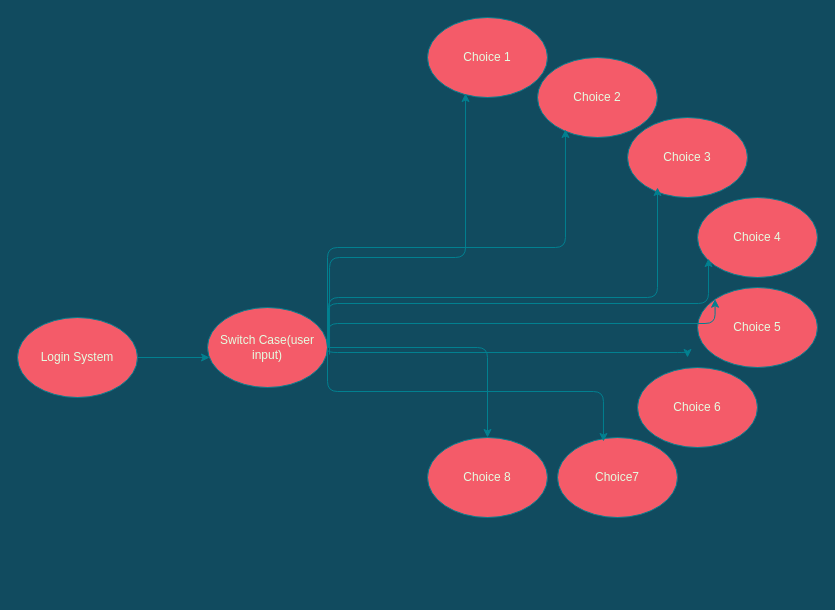
Before: 2_Architecture/Untitled Diagram.drawio in ranveer17/Stepin_Arambh, a draw.io diagram. Source tidied: cells renumbered, new cells numbered last; positions are measured from the earlier drawing's top-left corner, leaving out a move shared by most shapes. Both pictures are drawn from the tidied source at 100%, with x=0, y=0 at pixel (17, 17).
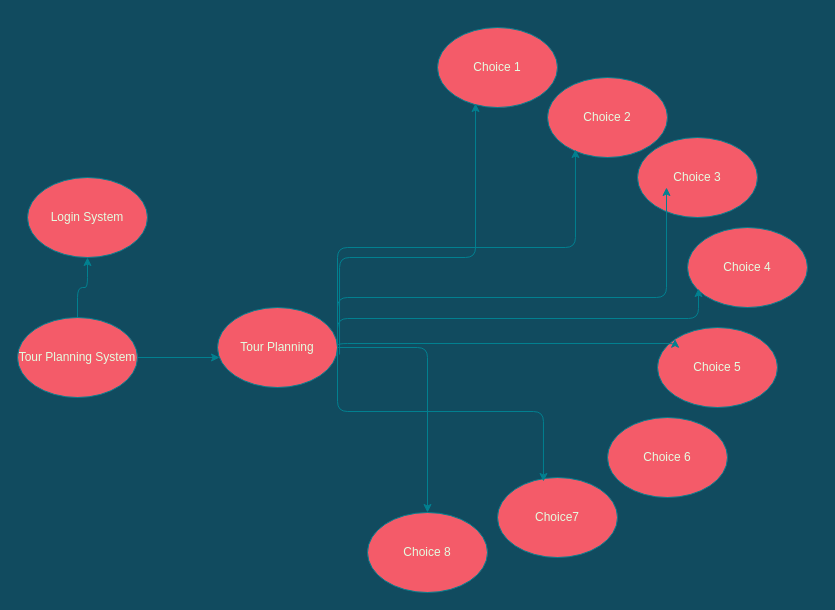
The same page after the edit.

What changed in the source:
```diff
@@
     <mxCell id="2" value="&lt;span&gt;Choice 8&lt;/span&gt;" style="ellipse;whiteSpace=wrap;html=1;fillColor=#F45B69;strokeColor=#028090;fontColor=#E4FDE1;" parent="1" vertex="1">
-      <mxGeometry x="410" y="420" width="120" height="80" as="geometry" />
+      <mxGeometry x="350" y="495" width="120" height="80" as="geometry" />
     </mxCell>
     <mxCell id="3" value="&lt;span&gt;Choice 3&lt;/span&gt;" style="ellipse;whiteSpace=wrap;html=1;fillColor=#F45B69;strokeColor=#028090;fontColor=#E4FDE1;" parent="1" vertex="1">
-      <mxGeometry x="610" y="100" width="120" height="80" as="geometry" />
+      <mxGeometry x="620" y="120" width="120" height="80" as="geometry" />
     </mxCell>
     <mxCell id="4" value="Choice7" style="ellipse;whiteSpace=wrap;html=1;fillColor=#F45B69;strokeColor=#028090;fontColor=#E4FDE1;" parent="1" vertex="1">
-      <mxGeometry x="540" y="420" width="120" height="80" as="geometry" />
+      <mxGeometry x="480" y="460" width="120" height="80" as="geometry" />
     </mxCell>
     <mxCell id="5" value="Choice 6" style="ellipse;whiteSpace=wrap;html=1;fillColor=#F45B69;strokeColor=#028090;fontColor=#E4FDE1;" parent="1" vertex="1">
-      <mxGeometry x="620" y="350" width="120" height="80" as="geometry" />
+      <mxGeometry x="590" y="400" width="120" height="80" as="geometry" />
     </mxCell>
     <mxCell id="6" value="Choice 5" style="ellipse;whiteSpace=wrap;html=1;fillColor=#F45B69;strokeColor=#028090;fontColor=#E4FDE1;" parent="1" vertex="1">
-      <mxGeometry x="680" y="270" width="120" height="80" as="geometry" />
+      <mxGeometry x="640" y="310" width="120" height="80" as="geometry" />
     </mxCell>
     <mxCell id="7" value="&lt;span&gt;Choice 4&lt;/span&gt;" style="ellipse;whiteSpace=wrap;html=1;fillColor=#F45B69;strokeColor=#028090;fontColor=#E4FDE1;" parent="1" vertex="1">
-      <mxGeometry x="680" y="180" width="120" height="80" as="geometry" />
+      <mxGeometry x="670" y="210" width="120" height="80" as="geometry" />
     </mxCell>
     <mxCell id="8" value="&lt;span&gt;Choice 2&lt;/span&gt;" style="ellipse;whiteSpace=wrap;html=1;fillColor=#F45B69;strokeColor=#028090;fontColor=#E4FDE1;" parent="1" vertex="1">
-      <mxGeometry x="520" y="40" width="120" height="80" as="geometry" />
+      <mxGeometry x="530" y="60" width="120" height="80" as="geometry" />
     </mxCell>
     <mxCell id="9" value="Choice 1" style="ellipse;whiteSpace=wrap;html=1;fillColor=#F45B69;strokeColor=#028090;fontColor=#E4FDE1;" parent="1" vertex="1">
-      <mxGeometry x="410" width="120" height="80" as="geometry" />
+      <mxGeometry x="420" y="10" width="120" height="80" as="geometry" />
     </mxCell>
+    <mxCell id="21" style="edgeStyle=orthogonalEdgeStyle;curved=0;rounded=1;sketch=0;jettySize=auto;html=1;fontColor=#E4FDE1;strokeColor=#028090;fillColor=#F45B69;" parent="1" edge="1" source="10" target="22">
+      <mxGeometry relative="1" as="geometry" />
+    </mxCell>
-    <mxCell id="10" value="Login System" style="ellipse;whiteSpace=wrap;html=1;fillColor=#F45B69;strokeColor=#028090;fontColor=#E4FDE1;" parent="1" vertex="1">
+    <mxCell id="10" value="Tour Planning System" style="ellipse;whiteSpace=wrap;html=1;fillColor=#F45B69;strokeColor=#028090;fontColor=#E4FDE1;" parent="1" vertex="1">
       <mxGeometry y="300" width="120" height="80" as="geometry" />
     </mxCell>
-    <mxCell id="11" value="Switch Case(user input)" style="ellipse;whiteSpace=wrap;html=1;fillColor=#F45B69;strokeColor=#028090;fontColor=#E4FDE1;" parent="1" vertex="1">
-      <mxGeometry x="190" y="290" width="120" height="80" as="geometry" />
+    <mxCell id="11" value="Tour Planning" style="ellipse;whiteSpace=wrap;html=1;fillColor=#F45B69;strokeColor=#028090;fontColor=#E4FDE1;" parent="1" vertex="1">
+      <mxGeometry x="200" y="290" width="120" height="80" as="geometry" />
     </mxCell>
@@
     <mxCell id="16" style="edgeStyle=elbowEdgeStyle;elbow=vertical;endArrow=classic;html=1;entryX=0.092;entryY=0.763;entryDx=0;entryDy=0;entryPerimeter=0;labelBackgroundColor=#114B5F;strokeColor=#028090;fontColor=#E4FDE1;" parent="1" edge="1" target="7">
       <mxGeometry relative="1" as="geometry">
-        <mxPoint x="310" y="331" as="sourcePoint" />
+        <mxPoint x="320" y="331" as="sourcePoint" />
       </mxGeometry>
     </mxCell>
     <mxCell id="17" style="edgeStyle=elbowEdgeStyle;elbow=vertical;endArrow=classic;html=1;labelBackgroundColor=#114B5F;strokeColor=#028090;fontColor=#E4FDE1;" parent="1" edge="1">
       <mxGeometry relative="1" as="geometry">
-        <mxPoint x="311" y="330" as="sourcePoint" />
-        <mxPoint x="640" y="170" as="targetPoint" />
+        <mxPoint x="320" y="330" as="sourcePoint" />
+        <mxPoint x="649" y="170" as="targetPoint" />
         <Array as="points">
-          <mxPoint x="510" y="280" />
-          <mxPoint x="640" y="195" />
+          <mxPoint x="519" y="280" />
+          <mxPoint x="649" y="195" />
         </Array>
       </mxGeometry>
     </mxCell>
-    <mxCell id="18" style="edgeStyle=elbowEdgeStyle;elbow=vertical;endArrow=classic;html=1;entryX=0;entryY=0;entryDx=0;entryDy=0;exitX=1;exitY=0.5;exitDx=0;exitDy=0;labelBackgroundColor=#114B5F;strokeColor=#028090;fontColor=#E4FDE1;" parent="1" edge="1" source="11" target="6">
-      <mxGeometry relative="1" as="geometry" />
+    <mxCell id="18" style="edgeStyle=elbowEdgeStyle;elbow=vertical;endArrow=classic;html=1;entryX=0;entryY=0;entryDx=0;entryDy=0;labelBackgroundColor=#114B5F;strokeColor=#028090;fontColor=#E4FDE1;" parent="1" edge="1" target="6">
+      <mxGeometry relative="1" as="geometry">
+        <mxPoint x="320" y="330" as="sourcePoint" />
+      </mxGeometry>
     </mxCell>
-    <mxCell id="19" style="edgeStyle=elbowEdgeStyle;elbow=vertical;endArrow=classic;html=1;exitX=1;exitY=0.5;exitDx=0;exitDy=0;labelBackgroundColor=#114B5F;strokeColor=#028090;fontColor=#E4FDE1;" parent="1" edge="1" source="11">
-      <mxGeometry relative="1" as="geometry">
-        <mxPoint x="670" y="340" as="targetPoint" />
-      </mxGeometry>
-    </mxCell>
@@
+    <mxCell id="22" value="Login System" style="ellipse;whiteSpace=wrap;html=1;fillColor=#F45B69;strokeColor=#028090;fontColor=#E4FDE1;" parent="1" vertex="1">
+      <mxGeometry x="10" y="160" width="120" height="80" as="geometry" />
+    </mxCell>
```
